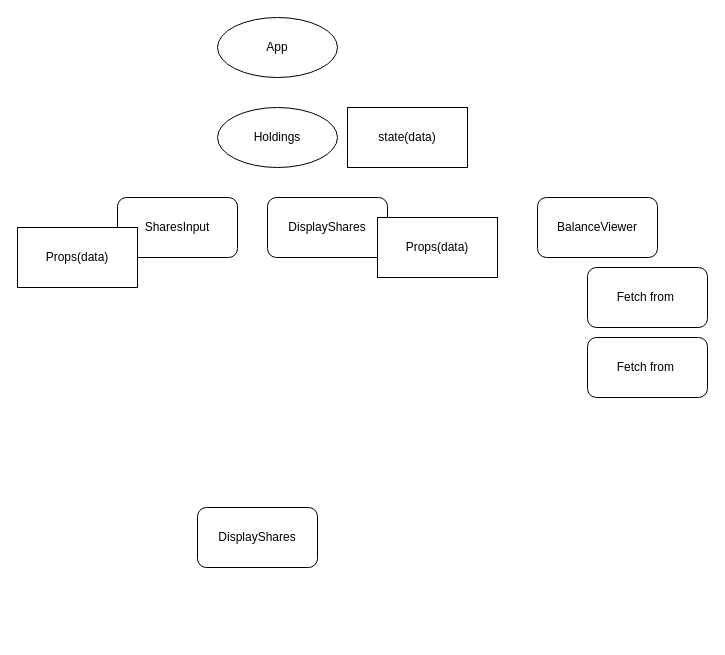
The draw.io diagram holdingsDiagram.dio in Luis0lo/Hold_React, before the edit. Source tidied: cells renumbered, new cells numbered last; positions are measured from the earlier drawing's top-left corner, leaving out a move shared by most shapes. Both pictures are drawn from the tidied source at 100%, with x=0, y=0 at pixel (17, 17).
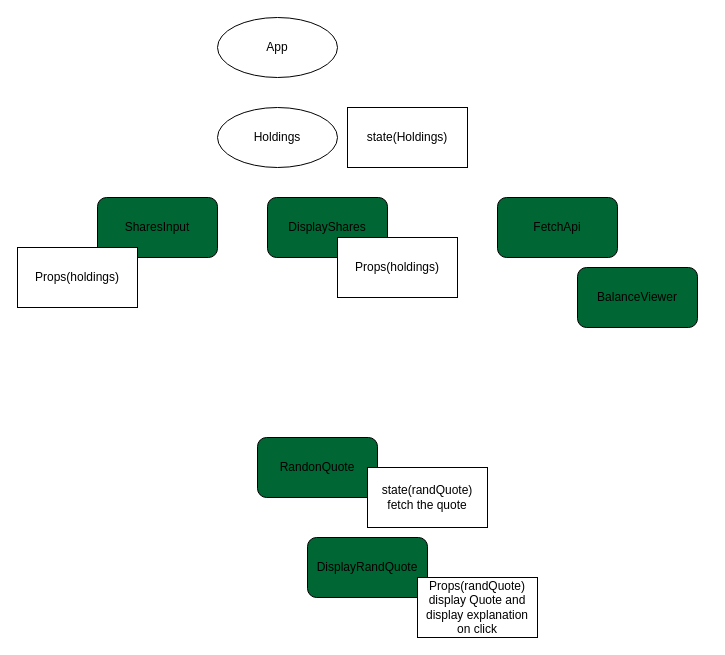
The same diagram, later.

Commit message (it also covers changes not shown here):
random quote component

Change to the diagram source:
```diff
@@
 <mxGraphModel>
   <root>
     <mxCell id="0" />
     <mxCell id="1" parent="0" />
     <mxCell id="2" value="App" style="ellipse;whiteSpace=wrap;html=1;" parent="1" vertex="1">
       <mxGeometry x="200" width="120" height="60" as="geometry" />
     </mxCell>
-    <mxCell id="3" value="SharesInput" style="rounded=1;whiteSpace=wrap;html=1;" parent="1" vertex="1">
-      <mxGeometry x="100" y="180" width="120" height="60" as="geometry" />
+    <mxCell id="3" value="SharesInput" style="rounded=1;whiteSpace=wrap;html=1;fillColor=#006633;" parent="1" vertex="1">
+      <mxGeometry x="80" y="180" width="120" height="60" as="geometry" />
     </mxCell>
-    <mxCell id="4" value="BalanceViewer" style="rounded=1;whiteSpace=wrap;html=1;" parent="1" vertex="1">
-      <mxGeometry x="520" y="180" width="120" height="60" as="geometry" />
+    <mxCell id="4" value="BalanceViewer" style="rounded=1;whiteSpace=wrap;html=1;fillColor=#006633;" parent="1" vertex="1">
+      <mxGeometry x="560" y="250" width="120" height="60" as="geometry" />
     </mxCell>
-    <mxCell id="5" value="Fetch from&amp;nbsp;" style="rounded=1;whiteSpace=wrap;html=1;" parent="1" vertex="1">
-      <mxGeometry x="570" y="250" width="120" height="60" as="geometry" />
-    </mxCell>
     <mxCell id="6" value="Holdings" style="ellipse;whiteSpace=wrap;html=1;" parent="1" vertex="1">
       <mxGeometry x="200" y="90" width="120" height="60" as="geometry" />
     </mxCell>
-    <mxCell id="7" value="Fetch from&amp;nbsp;" style="rounded=1;whiteSpace=wrap;html=1;" parent="1" vertex="1">
-      <mxGeometry x="570" y="320" width="120" height="60" as="geometry" />
-    </mxCell>
-    <mxCell id="8" value="DisplayShares" style="rounded=1;whiteSpace=wrap;html=1;" parent="1" vertex="1">
+    <mxCell id="8" value="DisplayShares" style="rounded=1;whiteSpace=wrap;html=1;fillColor=#006633;" parent="1" vertex="1">
       <mxGeometry x="250" y="180" width="120" height="60" as="geometry" />
     </mxCell>
-    <mxCell id="9" value="DisplayShares" style="rounded=1;whiteSpace=wrap;html=1;" parent="1" vertex="1">
-      <mxGeometry x="180" y="490" width="120" height="60" as="geometry" />
+    <mxCell id="9" value="RandonQuote" style="rounded=1;whiteSpace=wrap;html=1;fillColor=#006633;" parent="1" vertex="1">
+      <mxGeometry x="240" y="420" width="120" height="60" as="geometry" />
     </mxCell>
-    <mxCell id="10" value="Props(data)" style="whiteSpace=wrap;html=1;" parent="1" vertex="1">
-      <mxGeometry x="360" y="200" width="120" height="60" as="geometry" />
+    <mxCell id="10" value="Props(holdings)" style="whiteSpace=wrap;html=1;" parent="1" vertex="1">
+      <mxGeometry x="320" y="220" width="120" height="60" as="geometry" />
     </mxCell>
-    <mxCell id="11" value="state(data)" style="whiteSpace=wrap;html=1;" parent="1" vertex="1">
+    <mxCell id="11" value="state(Holdings)" style="whiteSpace=wrap;html=1;" parent="1" vertex="1">
       <mxGeometry x="330" y="90" width="120" height="60" as="geometry" />
     </mxCell>
-    <mxCell id="12" value="Props(data)" style="whiteSpace=wrap;html=1;" parent="1" vertex="1">
-      <mxGeometry y="210" width="120" height="60" as="geometry" />
+    <mxCell id="12" value="Props(holdings)" style="whiteSpace=wrap;html=1;" parent="1" vertex="1">
+      <mxGeometry y="230" width="120" height="60" as="geometry" />
     </mxCell>
+    <mxCell id="13" value="FetchApi" style="rounded=1;whiteSpace=wrap;html=1;fillColor=#006633;" parent="1" vertex="1">
+      <mxGeometry x="480" y="180" width="120" height="60" as="geometry" />
+    </mxCell>
+    <mxCell id="14" value="DisplayRandQuote" style="rounded=1;whiteSpace=wrap;html=1;fillColor=#006633;" parent="1" vertex="1">
+      <mxGeometry x="290" y="520" width="120" height="60" as="geometry" />
+    </mxCell>
+    <mxCell id="15" value="state(randQuote)&lt;br&gt;fetch the quote" style="whiteSpace=wrap;html=1;" parent="1" vertex="1">
+      <mxGeometry x="350" y="450" width="120" height="60" as="geometry" />
+    </mxCell>
+    <mxCell id="16" value="Props(randQuote)&lt;br&gt;display Quote and display explanation on click" style="whiteSpace=wrap;html=1;" parent="1" vertex="1">
+      <mxGeometry x="400" y="560" width="120" height="60" as="geometry" />
+    </mxCell>
   </root>
 </mxGraphModel>
```
